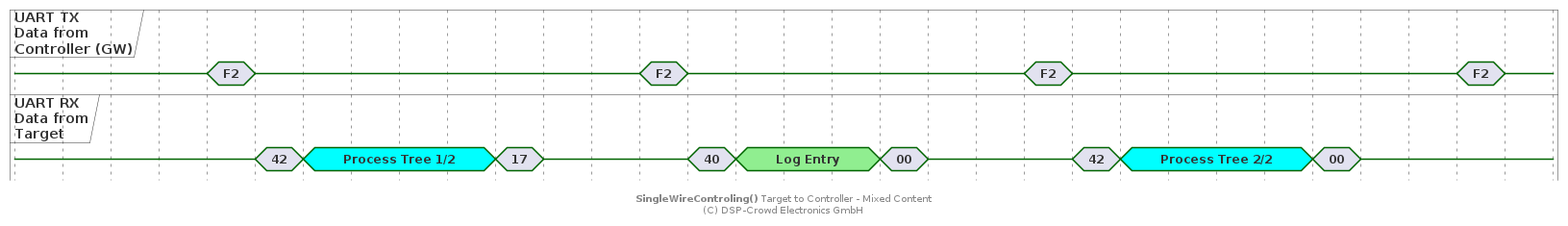
This is doc/system/protocol/A4_swt-target-to-ctrl_cut.png from NoOrientationProgramming/code-orb, a PlantUML export, as it was before one commit.
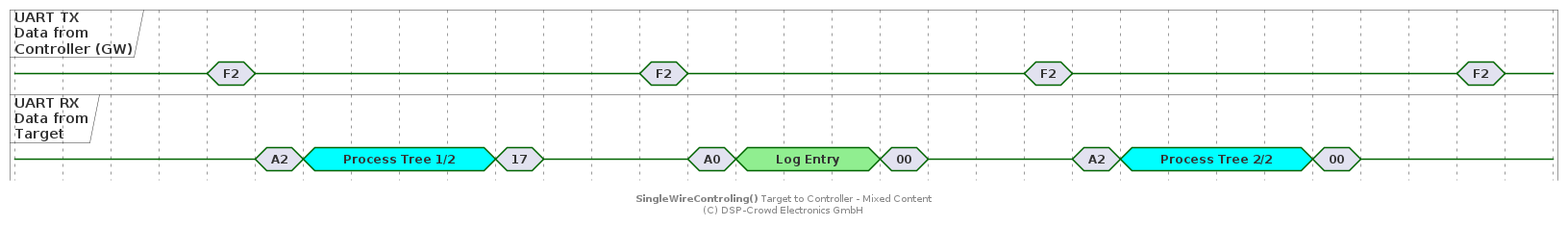
The same diagram one commit later.

The edit, as a diff of the source:
```diff
@@ -18,7 +18,7 @@
 
 @+20
 ctrl is {-}
-tar is "42"
+tar is "A2"
 
 @+20
 tar is "Process Tree 1/2" #cyan
@@ -34,7 +34,7 @@
 
 @+20
 ctrl is {-}
-tar is "40"
+tar is "A0"
 
 @+20
 tar is "Log Entry" #lightgreen
@@ -50,7 +50,7 @@
 
 @+20
 ctrl is {-}
-tar is "42"
+tar is "A2"
 
 @+20
 tar is "Process Tree 2/2" #cyan
```
